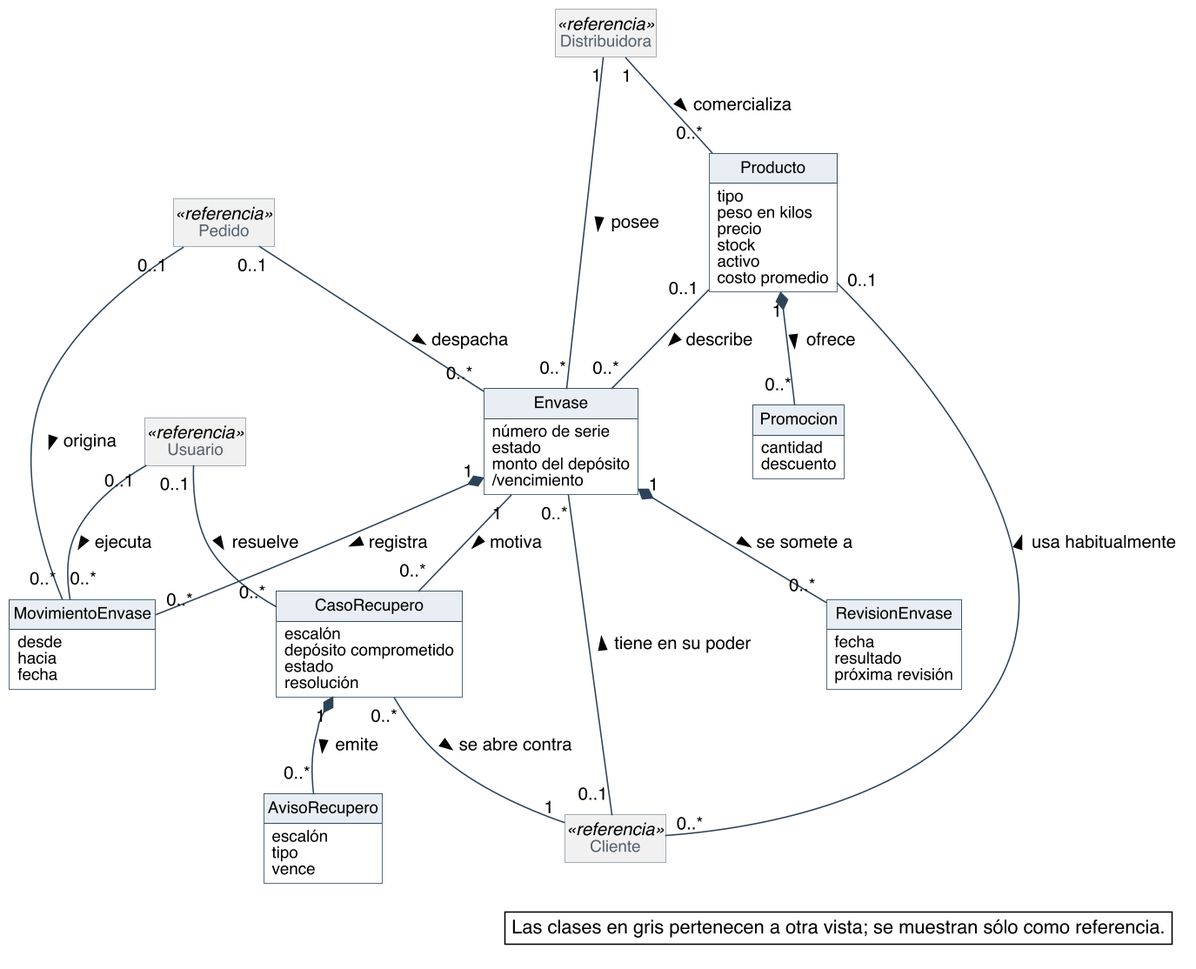
Earlier version of the PlantUML export diagramas/modelo-conceptual/MC_Envases.png (Nahuelito-Dev/splg-docs).
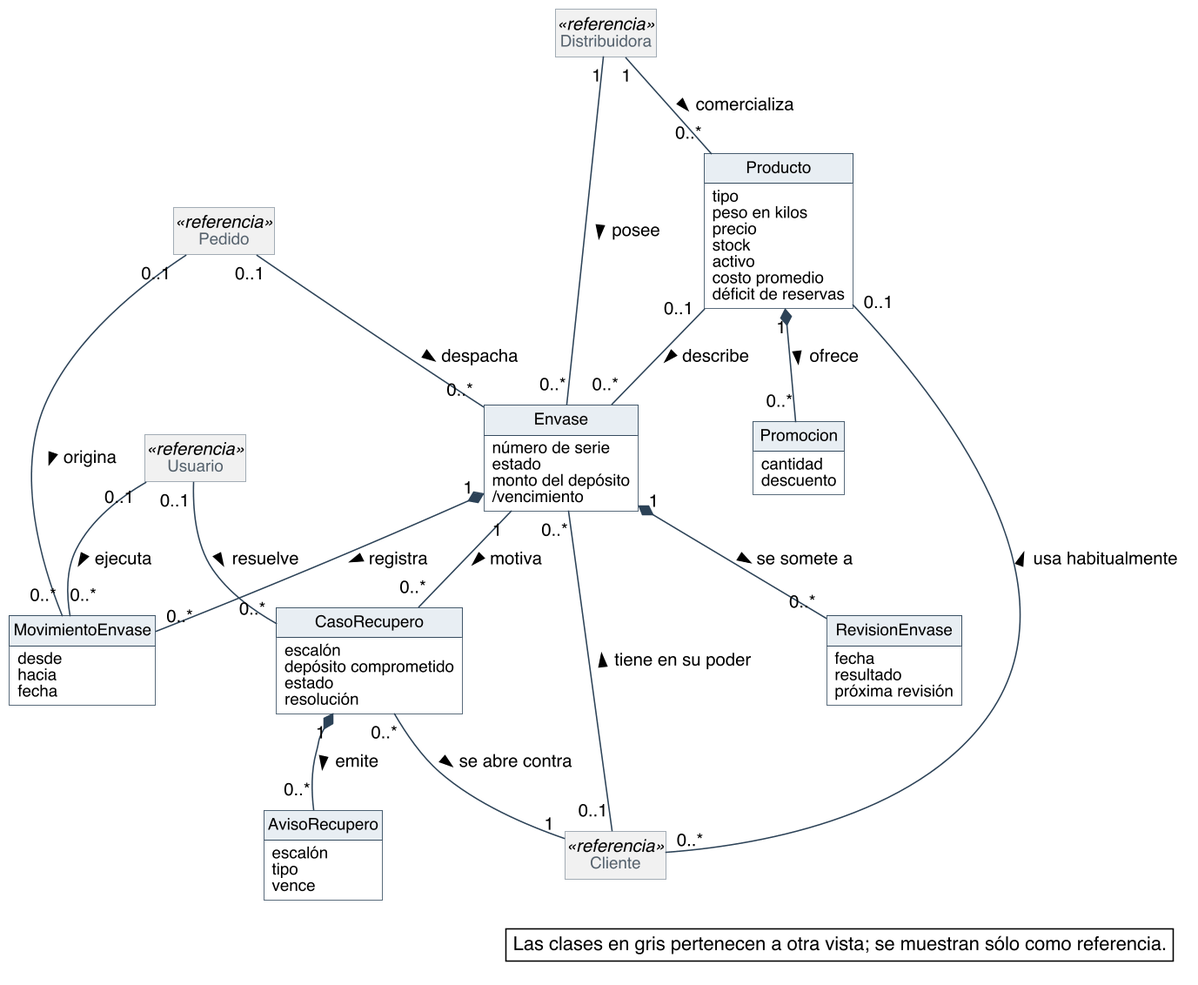
After the change.

Change to the diagram source:
```diff
@@ -42,6 +42,7 @@
   stock
   activo
   costo promedio
+  déficit de reservas
 }
 class Promocion {
   cantidad
```
